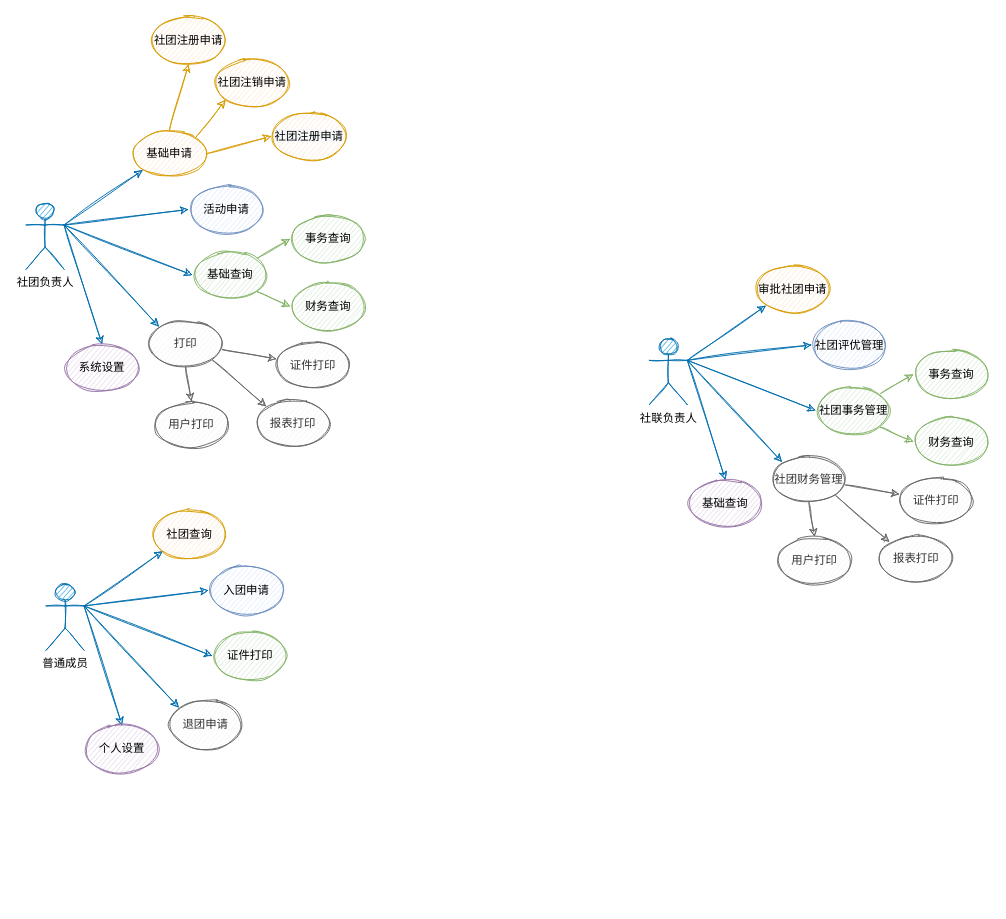
The draw.io diagram 软件工程.drawio in cuitao1998/diagram, before the edit. Source tidied: cells renumbered, new cells numbered last; positions are measured from the earlier drawing's top-left corner, leaving out a move shared by most shapes. Both pictures are drawn from the tidied source at 95%, with x=0, y=0 at pixel (26, 16).
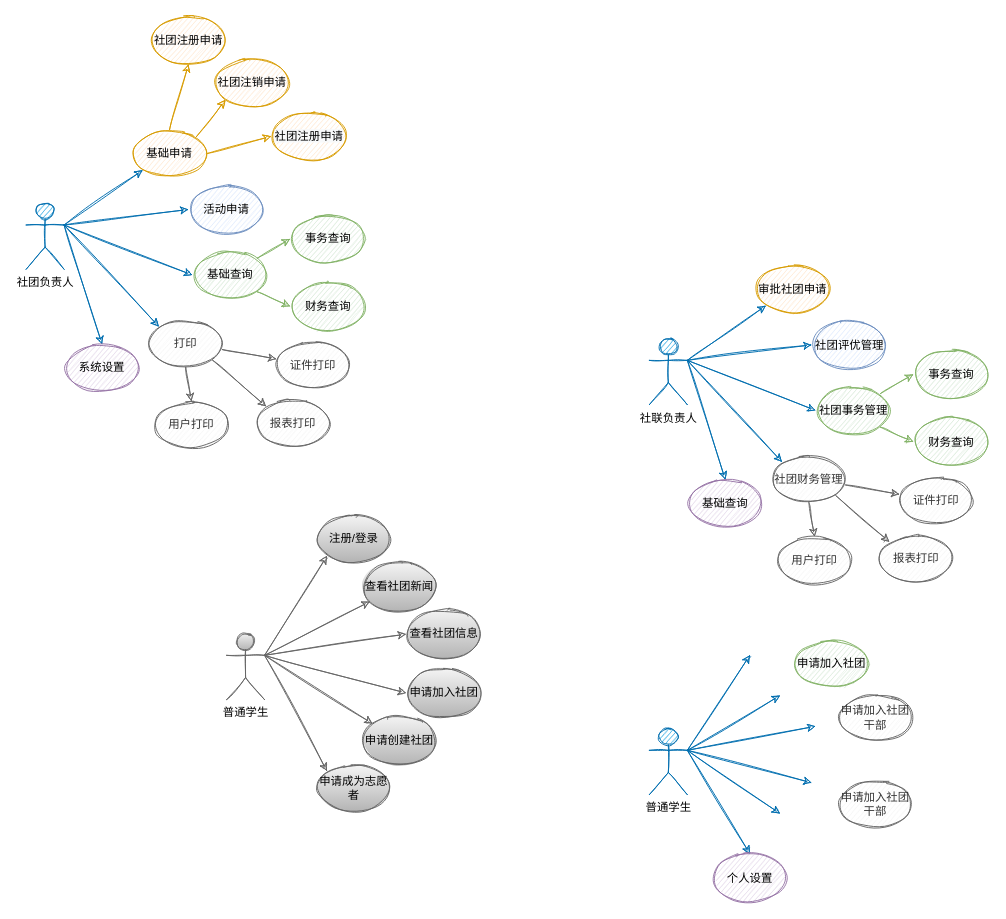
The same diagram, later.

Commit message (it also covers changes not shown here):
更新软件工程.drawio

What changed in the source:
```diff
@@
-    <mxCell id="29" style="rounded=0;jettySize=auto;html=1;exitX=1;exitY=0.3333333333333333;exitDx=0;exitDy=0;exitPerimeter=0;entryX=0;entryY=1;entryDx=0;entryDy=0;sketch=1;fillColor=#1ba1e2;strokeColor=#006EAF;" parent="1" edge="1" source="34" target="35">
-      <mxGeometry relative="1" as="geometry" />
+    <mxCell id="29" style="rounded=0;jettySize=auto;html=1;exitX=1;exitY=0.3333333333333333;exitDx=0;exitDy=0;exitPerimeter=0;entryX=0;entryY=1;entryDx=0;entryDy=0;sketch=1;fillColor=#1ba1e2;strokeColor=#006EAF;" parent="1" edge="1" source="34">
+      <mxGeometry relative="1" as="geometry">
+        <mxPoint x="793.6" y="714.6" as="targetPoint" />
+      </mxGeometry>
     </mxCell>
-    <mxCell id="30" style="edgeStyle=none;rounded=0;jettySize=auto;html=1;exitX=1;exitY=0.3333333333333333;exitDx=0;exitDy=0;exitPerimeter=0;entryX=0;entryY=0.5;entryDx=0;entryDy=0;sketch=1;fillColor=#1ba1e2;strokeColor=#006EAF;" parent="1" edge="1" source="34" target="36">
-      <mxGeometry relative="1" as="geometry" />
+    <mxCell id="30" style="edgeStyle=none;rounded=0;jettySize=auto;html=1;exitX=1;exitY=0.3333333333333333;exitDx=0;exitDy=0;exitPerimeter=0;entryX=0;entryY=0.5;entryDx=0;entryDy=0;sketch=1;fillColor=#1ba1e2;strokeColor=#006EAF;" parent="1" edge="1" source="34">
+      <mxGeometry relative="1" as="geometry">
+        <mxPoint x="827" y="806.5" as="targetPoint" />
+      </mxGeometry>
     </mxCell>
@@
-    <mxCell id="32" style="edgeStyle=none;rounded=0;jettySize=auto;html=1;exitX=1;exitY=0.3333333333333333;exitDx=0;exitDy=0;exitPerimeter=0;entryX=0;entryY=0.5;entryDx=0;entryDy=0;sketch=1;fillColor=#1ba1e2;strokeColor=#006EAF;" parent="1" edge="1" source="34" target="38">
-      <mxGeometry relative="1" as="geometry" />
+    <mxCell id="32" style="edgeStyle=none;rounded=0;jettySize=auto;html=1;exitX=1;exitY=0.3333333333333333;exitDx=0;exitDy=0;exitPerimeter=0;entryX=0;entryY=0.5;entryDx=0;entryDy=0;sketch=1;fillColor=#1ba1e2;strokeColor=#006EAF;" parent="1" edge="1" source="34">
+      <mxGeometry relative="1" as="geometry">
+        <mxPoint x="831" y="747" as="targetPoint" />
+      </mxGeometry>
     </mxCell>
-    <mxCell id="33" style="edgeStyle=none;rounded=0;jettySize=auto;html=1;exitX=1;exitY=0.3333333333333333;exitDx=0;exitDy=0;exitPerimeter=0;entryX=0;entryY=0;entryDx=0;entryDy=0;sketch=1;fillColor=#1ba1e2;strokeColor=#006EAF;" parent="1" edge="1" source="34" target="39">
-      <mxGeometry relative="1" as="geometry" />
+    <mxCell id="33" style="edgeStyle=none;rounded=0;jettySize=auto;html=1;exitX=1;exitY=0.3333333333333333;exitDx=0;exitDy=0;exitPerimeter=0;entryX=0;entryY=0;entryDx=0;entryDy=0;sketch=1;fillColor=#1ba1e2;strokeColor=#006EAF;" parent="1" edge="1" source="34">
+      <mxGeometry relative="1" as="geometry">
+        <mxPoint x="793.6" y="838.9" as="targetPoint" />
+      </mxGeometry>
     </mxCell>
+    <mxCell id="61" style="edgeStyle=none;rounded=0;sketch=1;jettySize=auto;html=1;exitX=1;exitY=0.3333333333333333;exitDx=0;exitDy=0;exitPerimeter=0;entryX=0.5;entryY=1;entryDx=0;entryDy=0;fontColor=#000000;fillColor=#1ba1e2;strokeColor=#006EAF;" parent="1" edge="1" source="34">
+      <mxGeometry relative="1" as="geometry">
+        <mxPoint x="762" y="672" as="targetPoint" />
+      </mxGeometry>
+    </mxCell>
-    <mxCell id="34" value="&lt;font color=&quot;#000000&quot;&gt;普通成员&lt;/font&gt;" style="shape=umlActor;verticalLabelPosition=bottom;verticalAlign=top;html=1;outlineConnect=0;sketch=1;fillColor=#1ba1e2;fontColor=#ffffff;strokeColor=#006EAF;" parent="1" vertex="1">
-      <mxGeometry x="21" y="597" width="40" height="70" as="geometry" />
+    <mxCell id="34" value="&lt;font color=&quot;#000000&quot;&gt;普通学生&lt;/font&gt;" style="shape=umlActor;verticalLabelPosition=bottom;verticalAlign=top;html=1;outlineConnect=0;sketch=1;fillColor=#1ba1e2;fontColor=#ffffff;strokeColor=#006EAF;" parent="1" vertex="1">
+      <mxGeometry x="656" y="749" width="40" height="70" as="geometry" />
     </mxCell>
-    <mxCell id="35" value="社团查询" style="ellipse;whiteSpace=wrap;html=1;sketch=1;fillColor=#ffe6cc;strokeColor=#d79b00;" parent="1" vertex="1">
-      <mxGeometry x="132" y="520" width="80" height="50" as="geometry" />
-    </mxCell>
-    <mxCell id="36" value="证件打印" style="ellipse;whiteSpace=wrap;html=1;sketch=1;fillColor=#d5e8d4;strokeColor=#82b366;" parent="1" vertex="1">
-      <mxGeometry x="196" y="648" width="80" height="50" as="geometry" />
-    </mxCell>
     <mxCell id="37" value="个人设置" style="ellipse;whiteSpace=wrap;html=1;sketch=1;fillColor=#e1d5e7;strokeColor=#9673a6;" parent="1" vertex="1">
-      <mxGeometry x="61" y="746" width="80" height="50" as="geometry" />
+      <mxGeometry x="722" y="881.5" width="80" height="50" as="geometry" />
     </mxCell>
-    <mxCell id="38" value="入团申请" style="ellipse;whiteSpace=wrap;html=1;sketch=1;fillColor=#dae8fc;strokeColor=#6c8ebf;" parent="1" vertex="1">
-      <mxGeometry x="192" y="579" width="80" height="50" as="geometry" />
-    </mxCell>
-    <mxCell id="39" value="退团申请" style="ellipse;whiteSpace=wrap;html=1;sketch=1;fillColor=#f5f5f5;fontColor=#333333;strokeColor=#666666;" parent="1" vertex="1">
-      <mxGeometry x="149" y="720" width="80" height="50" as="geometry" />
-    </mxCell>
@@
+    <mxCell id="62" style="rounded=0;jettySize=auto;html=1;exitX=1;exitY=0.3333333333333333;exitDx=0;exitDy=0;exitPerimeter=0;entryX=0;entryY=0.5;entryDx=0;entryDy=0;sketch=1;fillColor=#f5f5f5;strokeColor=#666666;gradientColor=#b3b3b3;" parent="1" edge="1" source="68" target="69">
+      <mxGeometry relative="1" as="geometry" />
+    </mxCell>
+    <mxCell id="63" style="edgeStyle=none;rounded=0;jettySize=auto;html=1;exitX=1;exitY=0.3333333333333333;exitDx=0;exitDy=0;exitPerimeter=0;entryX=0;entryY=0;entryDx=0;entryDy=0;sketch=1;fillColor=#f5f5f5;strokeColor=#666666;gradientColor=#b3b3b3;" parent="1" edge="1" source="68" target="70">
+      <mxGeometry relative="1" as="geometry" />
+    </mxCell>
+    <mxCell id="64" style="edgeStyle=none;rounded=0;jettySize=auto;html=1;exitX=1;exitY=0.3333333333333333;exitDx=0;exitDy=0;exitPerimeter=0;entryX=0;entryY=0.5;entryDx=0;entryDy=0;sketch=1;fillColor=#f5f5f5;strokeColor=#666666;gradientColor=#b3b3b3;" parent="1" edge="1" source="68" target="71">
+      <mxGeometry relative="1" as="geometry" />
+    </mxCell>
+    <mxCell id="65" style="edgeStyle=none;rounded=0;sketch=1;jettySize=auto;html=1;exitX=1;exitY=0.3333333333333333;exitDx=0;exitDy=0;exitPerimeter=0;fontColor=#000000;fillColor=#f5f5f5;strokeColor=#666666;gradientColor=#b3b3b3;" parent="1" edge="1" source="68" target="72">
+      <mxGeometry relative="1" as="geometry" />
+    </mxCell>
+    <mxCell id="66" style="edgeStyle=none;rounded=0;sketch=1;jettySize=auto;html=1;exitX=1;exitY=0.3333333333333333;exitDx=0;exitDy=0;exitPerimeter=0;entryX=0;entryY=1;entryDx=0;entryDy=0;fontColor=#000000;fillColor=#f5f5f5;strokeColor=#666666;gradientColor=#b3b3b3;" parent="1" edge="1" source="68" target="77">
+      <mxGeometry relative="1" as="geometry" />
+    </mxCell>
+    <mxCell id="67" style="edgeStyle=none;rounded=0;sketch=1;jettySize=auto;html=1;exitX=1;exitY=0.3333333333333333;exitDx=0;exitDy=0;exitPerimeter=0;entryX=0;entryY=0;entryDx=0;entryDy=0;fontColor=#000000;fillColor=#f5f5f5;strokeColor=#666666;gradientColor=#b3b3b3;" parent="1" edge="1" source="68" target="76">
+      <mxGeometry relative="1" as="geometry" />
+    </mxCell>
+    <mxCell id="68" value="&lt;font color=&quot;#000000&quot;&gt;普通学生&lt;/font&gt;" style="shape=umlActor;verticalLabelPosition=bottom;verticalAlign=top;html=1;outlineConnect=0;sketch=1;fillColor=#f5f5f5;strokeColor=#666666;gradientColor=#b3b3b3;" parent="1" vertex="1">
+      <mxGeometry x="211" y="649" width="40" height="70" as="geometry" />
+    </mxCell>
+    <mxCell id="69" value="&lt;span&gt;查看社团信息&lt;/span&gt;" style="ellipse;whiteSpace=wrap;html=1;sketch=1;fillColor=#f5f5f5;strokeColor=#666666;gradientColor=#b3b3b3;" parent="1" vertex="1">
+      <mxGeometry x="400" y="625" width="80" height="50" as="geometry" />
+    </mxCell>
+    <mxCell id="70" value="&lt;span&gt;申请创建社团&lt;/span&gt;" style="ellipse;whiteSpace=wrap;html=1;sketch=1;fillColor=#f5f5f5;strokeColor=#666666;gradientColor=#b3b3b3;" parent="1" vertex="1">
+      <mxGeometry x="353" y="737" width="80" height="50" as="geometry" />
+    </mxCell>
+    <mxCell id="71" value="&lt;span&gt;申请加入社团&lt;/span&gt;" style="ellipse;whiteSpace=wrap;html=1;sketch=1;fillColor=#f5f5f5;strokeColor=#666666;gradientColor=#b3b3b3;" parent="1" vertex="1">
+      <mxGeometry x="400" y="687" width="80" height="50" as="geometry" />
+    </mxCell>
+    <mxCell id="72" value="&lt;span&gt;查看社团新闻&lt;/span&gt;" style="ellipse;whiteSpace=wrap;html=1;sketch=1;fillColor=#f5f5f5;strokeColor=#666666;gradientColor=#b3b3b3;" parent="1" vertex="1">
+      <mxGeometry x="353" y="575" width="80" height="50" as="geometry" />
+    </mxCell>
+    <mxCell id="73" value="申请加入社团" style="ellipse;whiteSpace=wrap;html=1;sketch=1;fillColor=#d5e8d4;strokeColor=#82b366;" parent="1" vertex="1">
+      <mxGeometry x="808" y="656" width="80" height="50" as="geometry" />
+    </mxCell>
+    <mxCell id="74" value="申请加入社团干部" style="ellipse;whiteSpace=wrap;html=1;sketch=1;fillColor=#f5f5f5;fontColor=#333333;strokeColor=#666666;" parent="1" vertex="1">
+      <mxGeometry x="854" y="713" width="80" height="50" as="geometry" />
+    </mxCell>
+    <mxCell id="75" value="申请加入社团干部" style="ellipse;whiteSpace=wrap;html=1;sketch=1;fillColor=#f5f5f5;fontColor=#333333;strokeColor=#666666;" parent="1" vertex="1">
+      <mxGeometry x="854" y="804" width="80" height="50" as="geometry" />
+    </mxCell>
+    <mxCell id="76" value="&lt;span&gt;申请成为志愿者&lt;/span&gt;" style="ellipse;whiteSpace=wrap;html=1;sketch=1;fillColor=#f5f5f5;strokeColor=#666666;gradientColor=#b3b3b3;" parent="1" vertex="1">
+      <mxGeometry x="305" y="787" width="80" height="50" as="geometry" />
+    </mxCell>
+    <mxCell id="77" value="注册/登录" style="ellipse;whiteSpace=wrap;html=1;sketch=1;fillColor=#f5f5f5;gradientColor=#b3b3b3;strokeColor=#666666;" parent="1" vertex="1">
+      <mxGeometry x="305" y="525" width="80" height="50" as="geometry" />
+    </mxCell>
```
